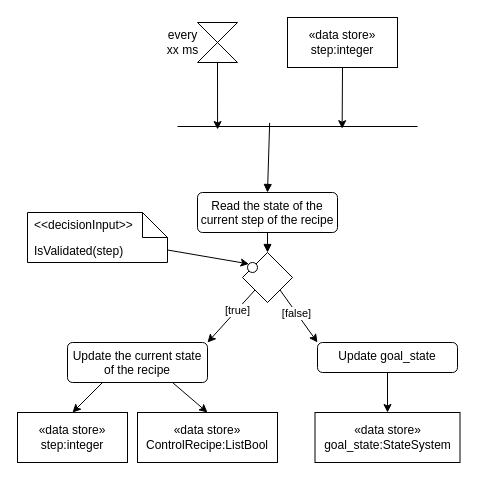
This is src/recipe_tracking/diagrams/activity_diagram.drawio from ignithor/Assignment_Cogar_Group_C, a draw.io file, before an edit. Source tidied: cells renumbered, new cells numbered last; positions are measured from the earlier drawing's top-left corner, leaving out a move shared by most shapes. Both pictures are drawn from the tidied source at 100%, with x=0, y=0 at pixel (17, 17).
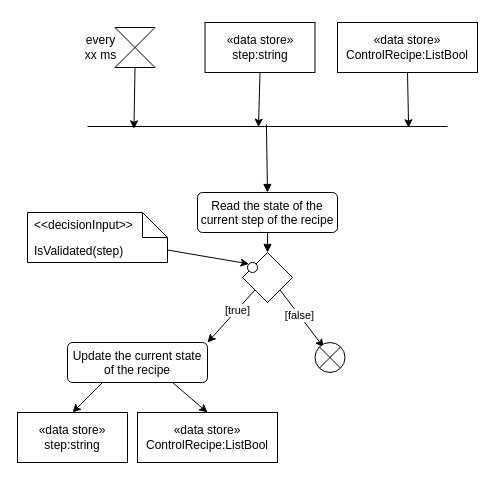
The same page after the edit.

Commit message:
fix: recipe_tracking/modify activity diagram

The change refers to these unchanged cells:
```xml
<mxCell id="3" value="Read the state of the current step of the recipe" style="html=1;align=center;verticalAlign=top;rounded=1;absoluteArcSize=1;arcSize=10;dashed=0;whiteSpace=wrap;" parent="1" vertex="1">
  <mxGeometry x="180" y="175" width="140" height="40" as="geometry" />
</mxCell>
<mxCell id="12" style="rhombus;" parent="1" vertex="1">
  <mxGeometry x="225" y="235" width="50" height="50" as="geometry" />
</mxCell>
```

Diff of the diagram source:
```diff
@@
     <mxCell id="2" style="shape=collate;html=1;" parent="1" vertex="1">
-      <mxGeometry x="180" y="5" width="40" height="40" as="geometry" />
+      <mxGeometry x="97.5" y="10" width="40" height="40" as="geometry" />
     </mxCell>
@@
     <mxCell id="4" style="line;strokeWidth=1;fillColor=none;align=left;verticalAlign=middle;spacingTop=-1;spacingLeft=3;spacingRight=3;labelPosition=right;points=[];portConstraint=eastwest;strokeColor=inherit;" parent="1" vertex="1">
-      <mxGeometry x="160" y="105" width="240" height="8" as="geometry" />
+      <mxGeometry x="70" y="105" width="360" height="8" as="geometry" />
     </mxCell>
-    <mxCell id="5" value="«data store»&lt;br&gt;step:integer" style="html=1;whiteSpace=wrap;" parent="1" vertex="1">
-      <mxGeometry x="270" width="110" height="50" as="geometry" />
+    <mxCell id="5" value="«data store»&lt;br&gt;step:string" style="html=1;whiteSpace=wrap;" parent="1" vertex="1">
+      <mxGeometry x="187.5" y="5" width="110" height="50" as="geometry" />
     </mxCell>
-    <mxCell id="6" style="edgeStyle=none;html=1;exitX=0.5;exitY=1;exitDx=0;exitDy=0;entryX=0.167;entryY=0.875;entryDx=0;entryDy=0;entryPerimeter=0;" parent="1" edge="1" source="2" target="4">
+    <mxCell id="6" style="edgeStyle=none;html=1;exitX=0.5;exitY=1;exitDx=0;exitDy=0;entryX=0.129;entryY=0.792;entryDx=0;entryDy=0;entryPerimeter=0;" parent="1" edge="1" source="2" target="4">
       <mxGeometry relative="1" as="geometry" />
     </mxCell>
-    <mxCell id="7" style="edgeStyle=none;html=1;exitX=0.5;exitY=1;exitDx=0;exitDy=0;entryX=0.686;entryY=0.771;entryDx=0;entryDy=0;entryPerimeter=0;" parent="1" edge="1" source="5" target="4">
+    <mxCell id="7" style="edgeStyle=none;html=1;exitX=0.5;exitY=1;exitDx=0;exitDy=0;entryX=0.475;entryY=0.584;entryDx=0;entryDy=0;entryPerimeter=0;" parent="1" edge="1" source="5" target="4">
       <mxGeometry relative="1" as="geometry" />
     </mxCell>
@@
-    <mxCell id="10" style="edgeStyle=none;html=1;exitX=1;exitY=1;exitDx=0;exitDy=0;entryX=0;entryY=0;entryDx=0;entryDy=0;" parent="1" edge="1" source="12" target="20">
+    <mxCell id="10" style="edgeStyle=none;html=1;exitX=1;exitY=1;exitDx=0;exitDy=0;entryX=0.291;entryY=0.163;entryDx=0;entryDy=0;entryPerimeter=0;" parent="1" edge="1" source="12" target="30">
       <mxGeometry relative="1" as="geometry" />
     </mxCell>
@@
-    <mxCell id="14" style="html=1;verticalAlign=bottom;labelBackgroundColor=none;endArrow=block;endFill=1;entryX=0.5;entryY=0;entryDx=0;entryDy=0;exitX=0.384;exitY=0.042;exitDx=0;exitDy=0;exitPerimeter=0;" parent="1" edge="1" source="4" target="3">
+    <mxCell id="14" style="html=1;verticalAlign=bottom;labelBackgroundColor=none;endArrow=block;endFill=1;entryX=0.5;entryY=0;entryDx=0;entryDy=0;exitX=0.497;exitY=0.237;exitDx=0;exitDy=0;exitPerimeter=0;" parent="1" edge="1" source="4" target="3">
       <mxGeometry relative="1" as="geometry" />
     </mxCell>
@@
-    <mxCell id="19" style="edgeStyle=none;html=1;exitX=0.5;exitY=1;exitDx=0;exitDy=0;entryX=0.5;entryY=0;entryDx=0;entryDy=0;" parent="1" edge="1" source="20" target="25">
-      <mxGeometry relative="1" as="geometry" />
-    </mxCell>
-    <mxCell id="20" value="Update goal_state" style="html=1;align=center;verticalAlign=top;rounded=1;absoluteArcSize=1;arcSize=10;dashed=0;whiteSpace=wrap;" parent="1" vertex="1">
-      <mxGeometry x="300" y="325" width="140" height="30" as="geometry" />
-    </mxCell>
@@
-    <mxCell id="24" value="«data store»&lt;br&gt;step:integer" style="html=1;whiteSpace=wrap;" parent="1" vertex="1">
+    <mxCell id="24" value="«data store»&lt;br&gt;step:string" style="html=1;whiteSpace=wrap;" parent="1" vertex="1">
       <mxGeometry y="395" width="110" height="50" as="geometry" />
     </mxCell>
-    <mxCell id="25" value="«data store»&lt;br&gt;goal_state:StateSystem" style="html=1;whiteSpace=wrap;" parent="1" vertex="1">
-      <mxGeometry x="297.5" y="395" width="145" height="50" as="geometry" />
-    </mxCell>
@@
     <mxCell id="27" value="every&lt;div&gt;xx ms&lt;/div&gt;" style="text;html=1;align=center;verticalAlign=middle;strokeColor=none;fillColor=none;" parent="1" vertex="1">
-      <mxGeometry x="140" y="5" width="50" height="40" as="geometry" />
+      <mxGeometry x="57.5" y="10" width="50" height="40" as="geometry" />
     </mxCell>
+    <mxCell id="28" value="«data store»&lt;br&gt;ControlRecipe:ListBool" style="html=1;whiteSpace=wrap;" parent="1" vertex="1">
+      <mxGeometry x="320" y="5" width="140" height="50" as="geometry" />
+    </mxCell>
+    <mxCell id="29" style="edgeStyle=none;html=1;exitX=0.5;exitY=1;exitDx=0;exitDy=0;entryX=0.892;entryY=0.653;entryDx=0;entryDy=0;entryPerimeter=0;" parent="1" edge="1" source="28" target="4">
+      <mxGeometry relative="1" as="geometry" />
+    </mxCell>
+    <mxCell id="30" style="shape=sumEllipse;perimeter=ellipsePerimeter;html=1;backgroundOutline=1;" parent="1" vertex="1">
+      <mxGeometry x="297.5" y="325" width="30" height="30" as="geometry" />
+    </mxCell>
```
